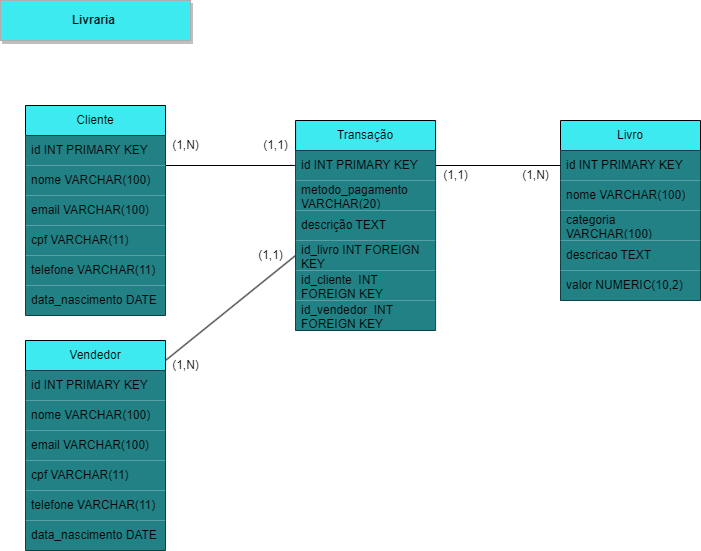
vbreia/pyspark keeps this draw.io diagram as pyspark_proj/real_spark_proj/doc/modelo-fisico.png. Above is the earlier version. Source tidied: cells renumbered, new cells last; positions are measured from the earlier drawing's top-left corner, leaving out a move shared by most shapes.
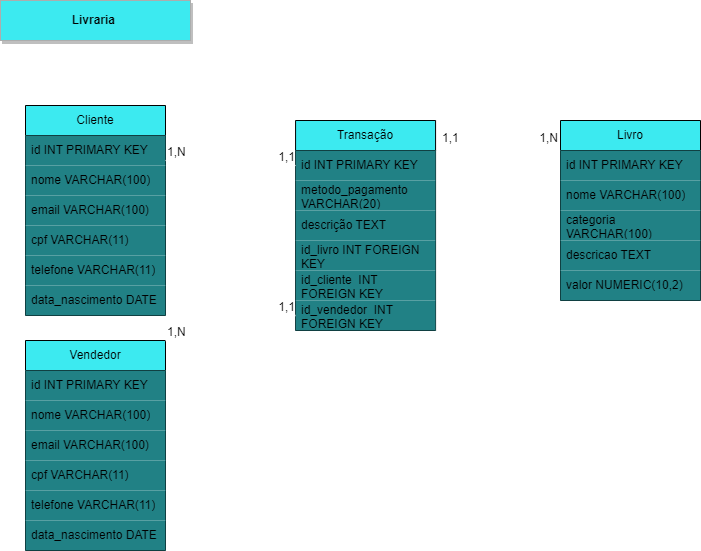
The same file after the commit.

Commit message:
feat: Add SQL queries for data analysis in notebook 03.spark_sql.ipynb

Diff of the diagram source:
```diff
@@ -41,47 +41,9 @@
     <mxCell id="14" value="data_nascimento DATE" style="text;strokeColor=none;fillColor=#218185;align=left;verticalAlign=middle;spacingLeft=4;spacingRight=4;overflow=hidden;whiteSpace=wrap;html=1;" parent="8" vertex="1">
       <mxGeometry y="180" width="140" height="30" as="geometry" />
     </mxCell>
-    <mxCell id="15" style="edgeStyle=none;html=1;startArrow=none;startFill=0;endArrow=none;endFill=0;entryX=0.006;entryY=0.661;entryDx=0;entryDy=0;entryPerimeter=0;exitX=1;exitY=0.5;exitDx=0;exitDy=0;" parent="1" edge="1">
-      <mxGeometry relative="1" as="geometry">
-        <mxPoint x="165" y="165" as="sourcePoint" />
-        <mxPoint x="295.9" y="169.8" as="targetPoint" />
-        <Array as="points">
-          <mxPoint x="300" y="165" />
-        </Array>
-      </mxGeometry>
-    </mxCell>
-    <mxCell id="16" style="edgeStyle=none;html=1;exitX=0;exitY=0.5;exitDx=0;exitDy=0;startArrow=none;startFill=0;endArrow=none;endFill=0;entryX=1;entryY=0.25;entryDx=0;entryDy=0;" parent="1" edge="1" source="3">
-      <mxGeometry relative="1" as="geometry">
-        <mxPoint x="435.1" y="165" as="targetPoint" />
-      </mxGeometry>
-    </mxCell>
-    <mxCell id="17" value="(1,N)" style="text;html=1;align=center;verticalAlign=middle;strokeColor=none;fillColor=none;" parent="1" vertex="1">
-      <mxGeometry x="510" y="160" width="50" height="30" as="geometry" />
-    </mxCell>
-    <mxCell id="18" value="(1,1)" style="text;html=1;align=center;verticalAlign=middle;strokeColor=none;fillColor=none;" parent="1" vertex="1">
-      <mxGeometry x="430.1" y="160" width="50" height="30" as="geometry" />
-    </mxCell>
-    <mxCell id="19" value="(1,1)" style="text;html=1;align=center;verticalAlign=middle;strokeColor=none;fillColor=none;" parent="1" vertex="1">
-      <mxGeometry x="250.1" y="130" width="50" height="30" as="geometry" />
-    </mxCell>
-    <mxCell id="20" value="(1,N)" style="text;html=1;align=center;verticalAlign=middle;strokeColor=none;fillColor=none;" parent="1" vertex="1">
-      <mxGeometry x="160" y="130" width="50" height="30" as="geometry" />
-    </mxCell>
     <mxCell id="21" value="&lt;b&gt;Livraria&amp;nbsp;&lt;/b&gt;" style="text;strokeColor=#ACADAD;align=center;fillColor=#3CEAF0;html=1;verticalAlign=middle;whiteSpace=wrap;rounded=0;shadow=1;" parent="1" vertex="1">
       <mxGeometry width="190" height="40" as="geometry" />
     </mxCell>
-    <mxCell id="22" value="(1,1)" style="text;html=1;align=center;verticalAlign=middle;strokeColor=none;fillColor=none;" parent="1" vertex="1">
-      <mxGeometry x="245.1" y="240" width="50" height="30" as="geometry" />
-    </mxCell>
-    <mxCell id="23" value="(1,N)" style="text;html=1;align=center;verticalAlign=middle;strokeColor=none;fillColor=none;" parent="1" vertex="1">
-      <mxGeometry x="160" y="350" width="50" height="30" as="geometry" />
-    </mxCell>
-    <mxCell id="24" style="edgeStyle=none;html=1;exitX=0;exitY=0.5;exitDx=0;exitDy=0;startArrow=none;startFill=0;endArrow=none;endFill=0;entryX=1;entryY=0.25;entryDx=0;entryDy=0;" parent="1" edge="1">
-      <mxGeometry relative="1" as="geometry">
-        <mxPoint x="295.1" y="255" as="sourcePoint" />
-        <mxPoint x="165" y="360" as="targetPoint" />
-      </mxGeometry>
-    </mxCell>
     <mxCell id="25" value="Transação" style="swimlane;fontStyle=0;horizontal=1;startSize=30;whiteSpace=wrap;html=1;fillColor=#3CEAF0;" parent="1" vertex="1">
       <mxGeometry x="295.1" y="120" width="140" height="210" as="geometry" />
     </mxCell>
@@ -124,5 +86,36 @@
     <mxCell id="38" value="data_nascimento DATE" style="text;strokeColor=none;fillColor=#218185;align=left;verticalAlign=middle;spacingLeft=4;spacingRight=4;overflow=hidden;whiteSpace=wrap;html=1;" parent="32" vertex="1">
       <mxGeometry y="180" width="140" height="30" as="geometry" />
     </mxCell>
+    <mxCell id="39" style="endArrow=none;html=1;rounded=0;strokeColor=#FFFFFF;entryX=0;entryY=0.5;entryDx=0;entryDy=0;fillColor=none;" parent="1" edge="1" target="26">
+      <mxGeometry relative="1" as="geometry">
+        <mxPoint x="165" y="160" as="sourcePoint" />
+      </mxGeometry>
+    </mxCell>
+    <mxCell id="40" value="1,N" style="html=1;align=left;verticalAlign=bottom;strokeColor=#FFFFFF;fillColor=none;" parent="39" vertex="1">
+      <mxGeometry x="-1" relative="1" as="geometry" />
+    </mxCell>
+    <mxCell id="41" value="1,1" style="html=1;align=right;verticalAlign=bottom;strokeColor=#FFFFFF;fillColor=none;" parent="39" vertex="1">
+      <mxGeometry x="1" relative="1" as="geometry" />
+    </mxCell>
+    <mxCell id="42" style="endArrow=none;html=1;rounded=0;strokeColor=#FFFFFF;exitX=1;exitY=0;exitDx=0;exitDy=0;entryX=0;entryY=0.5;entryDx=0;entryDy=0;fillColor=none;" parent="1" edge="1" source="8" target="31">
+      <mxGeometry relative="1" as="geometry" />
+    </mxCell>
+    <mxCell id="43" value="1,N" style="html=1;align=left;verticalAlign=bottom;strokeColor=#FFFFFF;fillColor=none;" parent="42" vertex="1">
+      <mxGeometry x="-1" relative="1" as="geometry" />
+    </mxCell>
+    <mxCell id="44" value="1,1" style="html=1;align=right;verticalAlign=bottom;strokeColor=#FFFFFF;fillColor=none;" parent="42" vertex="1">
+      <mxGeometry x="1" relative="1" as="geometry" />
+    </mxCell>
+    <mxCell id="45" style="endArrow=none;html=1;rounded=0;strokeColor=#FFFFFF;entryX=-0.014;entryY=0.144;entryDx=0;entryDy=0;entryPerimeter=0;fillColor=none;" parent="1" edge="1" target="2">
+      <mxGeometry relative="1" as="geometry">
+        <mxPoint x="440" y="146" as="sourcePoint" />
+      </mxGeometry>
+    </mxCell>
+    <mxCell id="46" value="1,1" style="html=1;align=left;verticalAlign=bottom;strokeColor=#FFFFFF;fillColor=none;" parent="45" vertex="1">
+      <mxGeometry x="-1" relative="1" as="geometry" />
+    </mxCell>
+    <mxCell id="47" value="1,N" style="html=1;align=right;verticalAlign=bottom;strokeColor=#FFFFFF;fillColor=none;" parent="45" vertex="1">
+      <mxGeometry x="1" relative="1" as="geometry" />
+    </mxCell>
   </root>
 </mxGraphModel>
```
